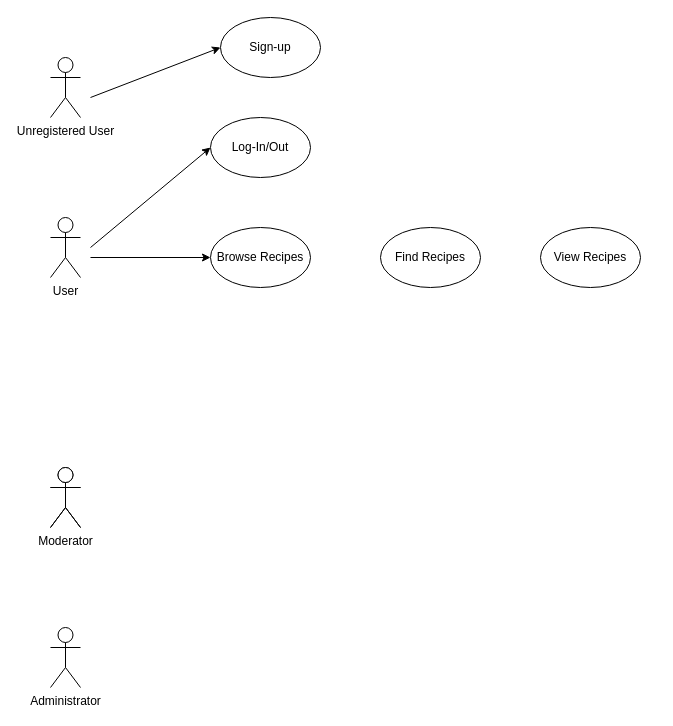
Before: Documents/drawio/UseCaseDiagram.drawio in fraie98/JustRecipe, a draw.io diagram. Source tidied: cells renumbered, new cells numbered last; positions are measured from the earlier drawing's top-left corner, leaving out a move shared by most shapes. Both pictures are drawn from the tidied source at 100%, with x=0, y=0 at pixel (50, 17).
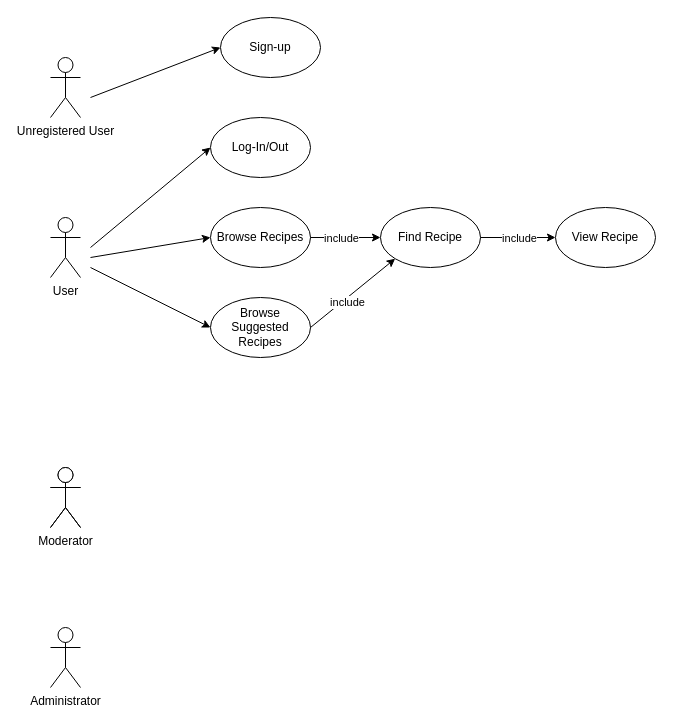
Above is the later version.

The edit, as a diff of the source:
```diff
@@
     <mxCell id="11" value="Browse Recipes" style="ellipse;whiteSpace=wrap;html=1;" parent="1" vertex="1">
-      <mxGeometry x="160" y="210" width="100" height="60" as="geometry" />
+      <mxGeometry x="160" y="190" width="100" height="60" as="geometry" />
     </mxCell>
-    <mxCell id="12" value="Find Recipes" style="ellipse;whiteSpace=wrap;html=1;" parent="1" vertex="1">
-      <mxGeometry x="330" y="210" width="100" height="60" as="geometry" />
+    <mxCell id="12" value="Find Recipe" style="ellipse;whiteSpace=wrap;html=1;" parent="1" vertex="1">
+      <mxGeometry x="330" y="190" width="100" height="60" as="geometry" />
     </mxCell>
-    <mxCell id="13" value="View Recipes" style="ellipse;whiteSpace=wrap;html=1;" parent="1" vertex="1">
-      <mxGeometry x="490" y="210" width="100" height="60" as="geometry" />
+    <mxCell id="13" value="View Recipe" style="ellipse;whiteSpace=wrap;html=1;" parent="1" vertex="1">
+      <mxGeometry x="505" y="190" width="100" height="60" as="geometry" />
     </mxCell>
@@
+    <mxCell id="15" style="endArrow=classic;html=1;exitX=1;exitY=0.5;exitDx=0;exitDy=0;" parent="1" edge="1" source="11" target="12">
+      <mxGeometry relative="1" as="geometry" />
+    </mxCell>
+    <mxCell id="16" value="include" style="edgeLabel;html=1;align=center;verticalAlign=middle;" parent="15" vertex="1">
+      <mxGeometry x="-0.27" y="-2" relative="1" as="geometry">
+        <mxPoint x="4.5" y="-2" as="offset" />
+      </mxGeometry>
+    </mxCell>
+    <mxCell id="17" style="endArrow=classic;html=1;entryX=0;entryY=0.5;entryDx=0;entryDy=0;exitX=1;exitY=0.5;exitDx=0;exitDy=0;" parent="1" edge="1" source="12" target="13">
+      <mxGeometry relative="1" as="geometry" />
+    </mxCell>
+    <mxCell id="18" value="include" style="edgeLabel;html=1;align=center;verticalAlign=middle;" parent="17" vertex="1">
+      <mxGeometry x="-0.34" relative="1" as="geometry">
+        <mxPoint x="13.8" as="offset" />
+      </mxGeometry>
+    </mxCell>
+    <mxCell id="19" value="Browse Suggested Recipes" style="ellipse;whiteSpace=wrap;html=1;" parent="1" vertex="1">
+      <mxGeometry x="160" y="280" width="100" height="60" as="geometry" />
+    </mxCell>
+    <mxCell id="20" style="endArrow=classic;html=1;exitX=1;exitY=0.5;exitDx=0;exitDy=0;entryX=0;entryY=1;entryDx=0;entryDy=0;" parent="1" edge="1" source="19" target="12">
+      <mxGeometry relative="1" as="geometry" />
+    </mxCell>
+    <mxCell id="21" value="include" style="edgeLabel;html=1;align=center;verticalAlign=middle;" parent="20" vertex="1">
+      <mxGeometry x="-0.27" y="-2" relative="1" as="geometry">
+        <mxPoint x="4.5" y="-2" as="offset" />
+      </mxGeometry>
+    </mxCell>
+    <mxCell id="22" style="endArrow=classic;html=1;entryX=0;entryY=0.5;entryDx=0;entryDy=0;" parent="1" edge="1" target="19">
+      <mxGeometry relative="1" as="geometry">
+        <mxPoint x="40" y="250" as="sourcePoint" />
+      </mxGeometry>
+    </mxCell>
```
